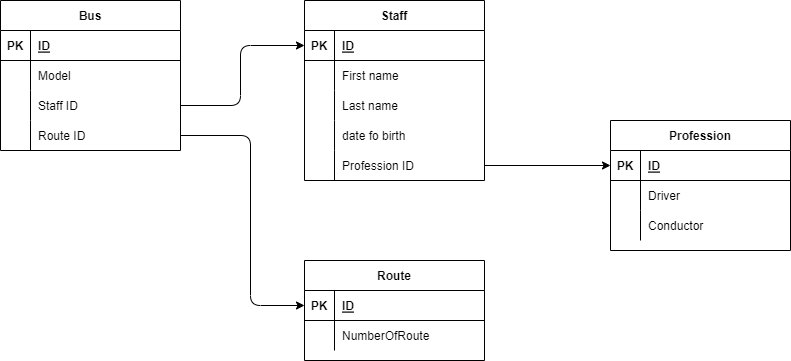
TimofeyShadrin/HomeWorkDB1 keeps this draw.io diagram as Task3.drawio.png. Above is the earlier version. Source tidied: cells renumbered, new cells last; positions are measured from the earlier drawing's top-left corner, leaving out a move shared by most shapes.
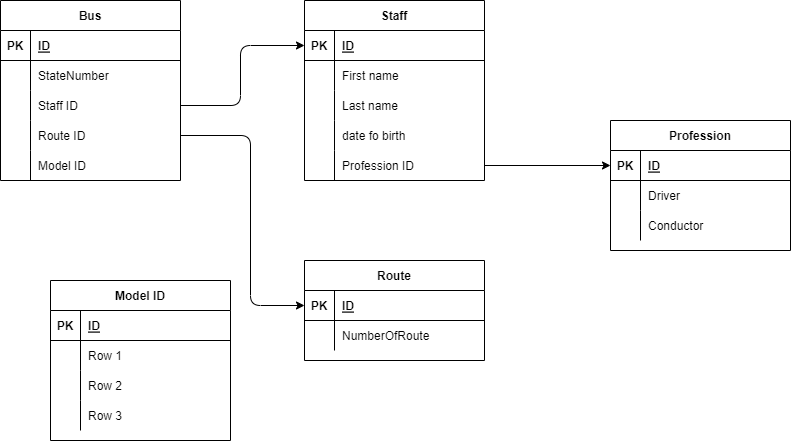
Above is the later version.

What changed in the source:
```diff
@@ -3,7 +3,7 @@
     <mxCell id="0" />
     <mxCell id="1" parent="0" />
     <mxCell id="2" value="Bus" style="shape=table;startSize=30;rowLines=0;fontStyle=1;align=center;" parent="1" vertex="1">
-      <mxGeometry width="180" height="150" as="geometry" />
+      <mxGeometry width="180" height="180" as="geometry" />
     </mxCell>
     <mxCell id="3" style="shape=partialRectangle;fillColor=none;top=0;left=0;bottom=1;right=0;" parent="2" vertex="1">
       <mxGeometry y="30" width="180" height="30" as="geometry" />
@@ -20,7 +20,7 @@
     <mxCell id="7" style="shape=partialRectangle;fillColor=none;top=0;left=0;bottom=0;right=0;overflow=hidden;" parent="6" vertex="1">
       <mxGeometry width="30" height="30" as="geometry" />
     </mxCell>
-    <mxCell id="8" value="Model" style="shape=partialRectangle;fillColor=none;top=0;left=0;bottom=0;right=0;align=left;spacingLeft=6;overflow=hidden;" parent="6" vertex="1">
+    <mxCell id="8" value="StateNumber" style="shape=partialRectangle;fillColor=none;top=0;left=0;bottom=0;right=0;align=left;spacingLeft=6;overflow=hidden;" parent="6" vertex="1">
       <mxGeometry x="30" width="150" height="30" as="geometry" />
     </mxCell>
     <mxCell id="9" style="shape=partialRectangle;fillColor=none;top=0;left=0;bottom=0;right=0;points=[[0,0.5],[1,0.5]];portConstraint=eastwest;" parent="2" vertex="1">
@@ -41,6 +41,15 @@
     <mxCell id="14" value="Route ID" style="shape=partialRectangle;fillColor=none;top=0;left=0;bottom=0;right=0;align=left;spacingLeft=6;overflow=hidden;" parent="12" vertex="1">
       <mxGeometry x="30" width="150" height="30" as="geometry" />
     </mxCell>
+    <mxCell id="51" style="shape=partialRectangle;fillColor=none;top=0;left=0;bottom=0;right=0;" parent="2" vertex="1">
+      <mxGeometry y="150" width="180" height="30" as="geometry" />
+    </mxCell>
+    <mxCell id="52" style="shape=partialRectangle;fillColor=none;top=0;left=0;bottom=0;right=0;overflow=hidden;" parent="51" vertex="1">
+      <mxGeometry width="30" height="30" as="geometry" />
+    </mxCell>
+    <mxCell id="53" value="Model ID" style="shape=partialRectangle;fillColor=none;top=0;left=0;bottom=0;right=0;align=left;spacingLeft=6;overflow=hidden;" parent="51" vertex="1">
+      <mxGeometry x="30" width="150" height="30" as="geometry" />
+    </mxCell>
     <mxCell id="15" value="Staff" style="shape=table;startSize=30;rowLines=0;fontStyle=1;align=center;" parent="1" vertex="1">
       <mxGeometry x="304" width="180" height="180" as="geometry" />
     </mxCell>
@@ -159,5 +168,44 @@
         </Array>
       </mxGeometry>
     </mxCell>
+    <mxCell id="54" value="Model ID" style="shape=table;startSize=30;rowLines=0;fontStyle=1;align=center;" parent="1" vertex="1">
+      <mxGeometry x="50" y="280" width="180" height="160" as="geometry" />
+    </mxCell>
+    <mxCell id="55" style="shape=partialRectangle;fillColor=none;top=0;left=0;bottom=1;right=0;" parent="54" vertex="1">
+      <mxGeometry y="30" width="180" height="30" as="geometry" />
+    </mxCell>
+    <mxCell id="56" value="PK" style="shape=partialRectangle;fillColor=none;top=0;left=0;bottom=0;right=0;fontStyle=1;overflow=hidden;" parent="55" vertex="1">
+      <mxGeometry width="30" height="30" as="geometry" />
+    </mxCell>
+    <mxCell id="57" value="ID" style="shape=partialRectangle;fillColor=none;top=0;left=0;bottom=0;right=0;align=left;spacingLeft=6;fontStyle=5;overflow=hidden;" parent="55" vertex="1">
+      <mxGeometry x="30" width="150" height="30" as="geometry" />
+    </mxCell>
+    <mxCell id="58" style="shape=partialRectangle;fillColor=none;top=0;left=0;bottom=0;right=0;" parent="54" vertex="1">
+      <mxGeometry y="60" width="180" height="30" as="geometry" />
+    </mxCell>
+    <mxCell id="59" style="shape=partialRectangle;fillColor=none;top=0;left=0;bottom=0;right=0;overflow=hidden;" parent="58" vertex="1">
+      <mxGeometry width="30" height="30" as="geometry" />
+    </mxCell>
+    <mxCell id="60" value="Row 1" style="shape=partialRectangle;fillColor=none;top=0;left=0;bottom=0;right=0;align=left;spacingLeft=6;overflow=hidden;" parent="58" vertex="1">
+      <mxGeometry x="30" width="150" height="30" as="geometry" />
+    </mxCell>
+    <mxCell id="61" style="shape=partialRectangle;fillColor=none;top=0;left=0;bottom=0;right=0;" parent="54" vertex="1">
+      <mxGeometry y="90" width="180" height="30" as="geometry" />
+    </mxCell>
+    <mxCell id="62" style="shape=partialRectangle;fillColor=none;top=0;left=0;bottom=0;right=0;overflow=hidden;" parent="61" vertex="1">
+      <mxGeometry width="30" height="30" as="geometry" />
+    </mxCell>
+    <mxCell id="63" value="Row 2" style="shape=partialRectangle;fillColor=none;top=0;left=0;bottom=0;right=0;align=left;spacingLeft=6;overflow=hidden;" parent="61" vertex="1">
+      <mxGeometry x="30" width="150" height="30" as="geometry" />
+    </mxCell>
+    <mxCell id="64" style="shape=partialRectangle;fillColor=none;top=0;left=0;bottom=0;right=0;" parent="54" vertex="1">
+      <mxGeometry y="120" width="180" height="30" as="geometry" />
+    </mxCell>
+    <mxCell id="65" style="shape=partialRectangle;fillColor=none;top=0;left=0;bottom=0;right=0;overflow=hidden;" parent="64" vertex="1">
+      <mxGeometry width="30" height="30" as="geometry" />
+    </mxCell>
+    <mxCell id="66" value="Row 3" style="shape=partialRectangle;fillColor=none;top=0;left=0;bottom=0;right=0;align=left;spacingLeft=6;overflow=hidden;" parent="64" vertex="1">
+      <mxGeometry x="30" width="150" height="30" as="geometry" />
+    </mxCell>
   </root>
 </mxGraphModel>
```
